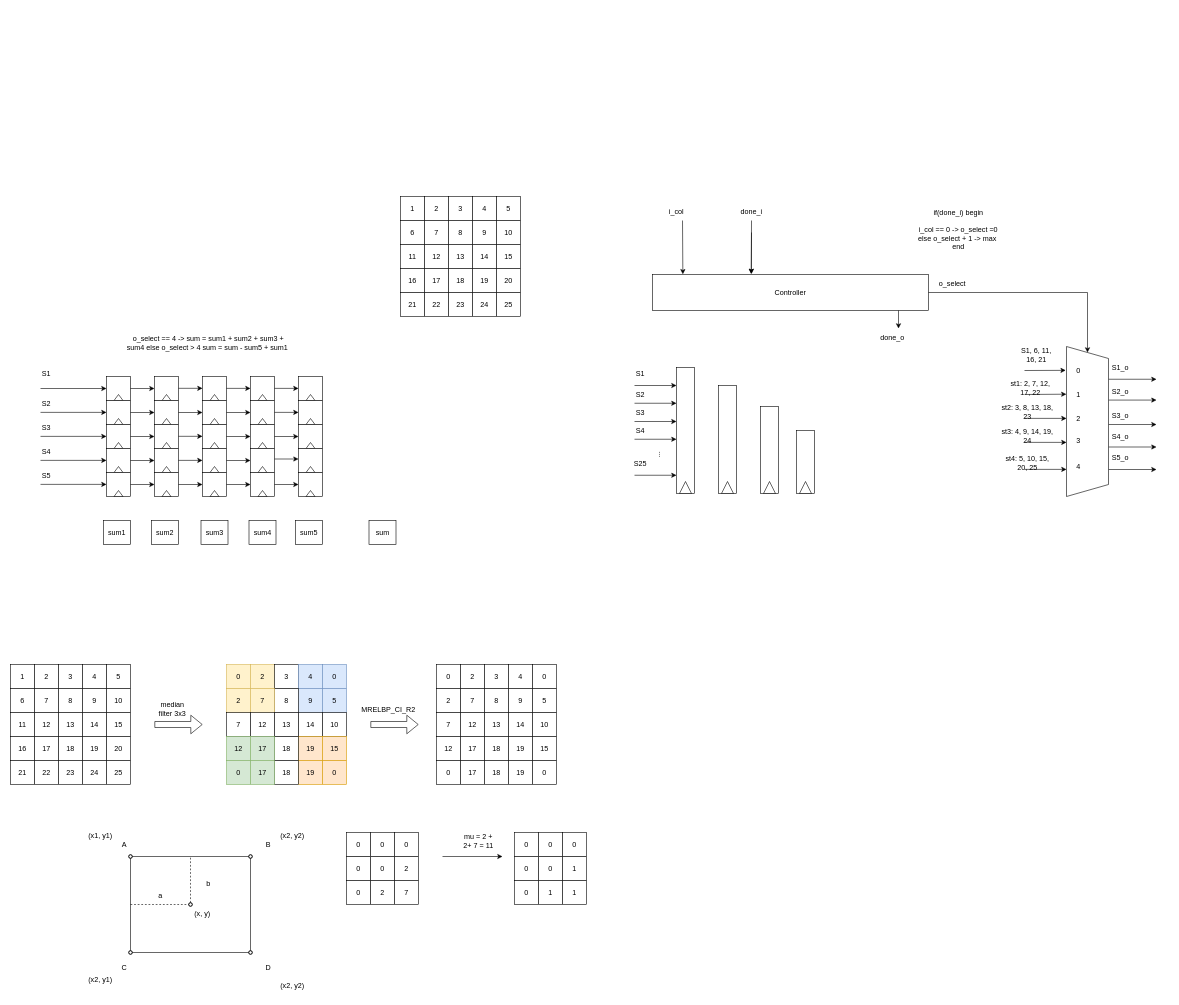
Earlier version of the draw.io diagram Draw/MRELBP_CIModules/CI_R2_Data.drawio (Hieuueihm/Thesis). Source tidied: cells renumbered, new cells numbered last; positions are measured from the earlier drawing's top-left corner, leaving out a move shared by most shapes. Both pictures are drawn from the tidied source at 60%, with x=0, y=0 at pixel (10, 196).
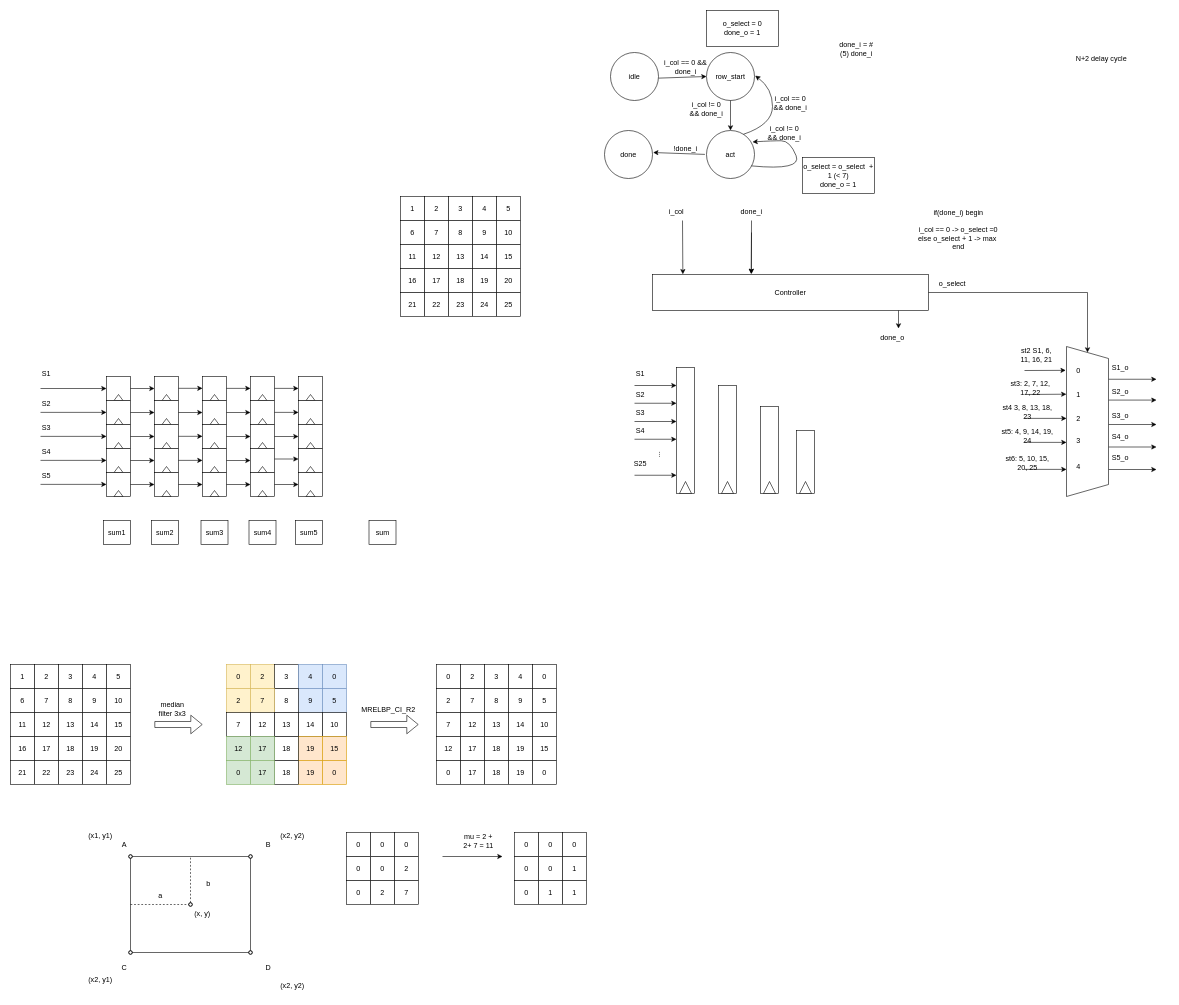
After the change.

Change to the diagram source:
```diff
@@
-    <mxCell id="258" value="S1, 6, 11, 16, 21" style="text;html=1;align=center;verticalAlign=middle;whiteSpace=wrap;rounded=0;" parent="1" vertex="1">
+    <mxCell id="258" value="st2 S1, 6, 11, 16, 21" style="text;html=1;align=center;verticalAlign=middle;whiteSpace=wrap;rounded=0;" parent="1" vertex="1">
       <mxGeometry x="1680" y="250" width="60" height="30" as="geometry" />
     </mxCell>
@@
-    <mxCell id="260" value="st1: 2, 7, 12, 17, 22" style="text;html=1;align=center;verticalAlign=middle;whiteSpace=wrap;rounded=0;" parent="1" vertex="1">
+    <mxCell id="260" value="st3: 2, 7, 12, 17, 22" style="text;html=1;align=center;verticalAlign=middle;whiteSpace=wrap;rounded=0;" parent="1" vertex="1">
       <mxGeometry x="1660" y="305" width="80" height="30" as="geometry" />
     </mxCell>
@@
-    <mxCell id="262" value="st2: 3, 8, 13, 18, 23" style="text;html=1;align=center;verticalAlign=middle;whiteSpace=wrap;rounded=0;" parent="1" vertex="1">
+    <mxCell id="262" value="st4 3, 8, 13, 18, 23" style="text;html=1;align=center;verticalAlign=middle;whiteSpace=wrap;rounded=0;" parent="1" vertex="1">
       <mxGeometry x="1650" y="345" width="90" height="30" as="geometry" />
     </mxCell>
@@
-    <mxCell id="264" value="st3: 4, 9, 14, 19, 24" style="text;html=1;align=center;verticalAlign=middle;whiteSpace=wrap;rounded=0;" parent="1" vertex="1">
+    <mxCell id="264" value="st5: 4, 9, 14, 19, 24" style="text;html=1;align=center;verticalAlign=middle;whiteSpace=wrap;rounded=0;" parent="1" vertex="1">
       <mxGeometry x="1650" y="385" width="90" height="30" as="geometry" />
     </mxCell>
@@
-    <mxCell id="266" value="st4: 5, 10, 15, 20, 25" style="text;html=1;align=center;verticalAlign=middle;whiteSpace=wrap;rounded=0;" parent="1" vertex="1">
+    <mxCell id="266" value="st6: 5, 10, 15, 20, 25" style="text;html=1;align=center;verticalAlign=middle;whiteSpace=wrap;rounded=0;" parent="1" vertex="1">
       <mxGeometry x="1650" y="430" width="90" height="30" as="geometry" />
     </mxCell>
@@
-    <mxCell id="301" value="o_select == 4 -&amp;gt; sum = sum1 + sum2 + sum3 + sum4 else o_select &amp;gt; 4 sum = sum - sum5 + sum1&amp;nbsp;" style="text;html=1;align=center;verticalAlign=middle;whiteSpace=wrap;rounded=0;" parent="1" vertex="1">
-      <mxGeometry x="190" y="230" width="280" height="30" as="geometry" />
-    </mxCell>
@@
+    <mxCell id="316" value="idle" style="ellipse;whiteSpace=wrap;html=1;" parent="1" vertex="1">
+      <mxGeometry x="1000" y="-240" width="80" height="80" as="geometry" />
+    </mxCell>
+    <mxCell id="317" style="endArrow=classic;html=1;rounded=0;exitX=1.004;exitY=0.534;exitDx=0;exitDy=0;exitPerimeter=0;" parent="1" edge="1" source="316">
+      <mxGeometry relative="1" as="geometry">
+        <mxPoint x="1160" y="-200" as="targetPoint" />
+      </mxGeometry>
+    </mxCell>
+    <mxCell id="318" value="row_start" style="ellipse;whiteSpace=wrap;html=1;" parent="1" vertex="1">
+      <mxGeometry x="1160" y="-240" width="80" height="80" as="geometry" />
+    </mxCell>
+    <mxCell id="319" value="i_col == 0 &amp;amp;&amp;amp; done_i" style="text;html=1;align=center;verticalAlign=middle;whiteSpace=wrap;rounded=0;" parent="1" vertex="1">
+      <mxGeometry x="1077.5" y="-230" width="95" height="30" as="geometry" />
+    </mxCell>
+    <mxCell id="320" value="o_select = 0&lt;div&gt;done_o = 1&lt;/div&gt;" style="rounded=0;whiteSpace=wrap;html=1;" parent="1" vertex="1">
+      <mxGeometry x="1160" y="-310" width="120" height="60" as="geometry" />
+    </mxCell>
+    <mxCell id="321" style="endArrow=classic;html=1;rounded=0;exitX=0.5;exitY=1;exitDx=0;exitDy=0;entryX=0.5;entryY=0;entryDx=0;entryDy=0;" parent="1" edge="1" source="318" target="322">
+      <mxGeometry relative="1" as="geometry" />
+    </mxCell>
+    <mxCell id="322" value="act" style="ellipse;whiteSpace=wrap;html=1;" parent="1" vertex="1">
+      <mxGeometry x="1160" y="-110" width="80" height="80" as="geometry" />
+    </mxCell>
+    <mxCell id="323" style="curved=1;endArrow=classic;html=1;rounded=0;exitX=0.82;exitY=0.898;exitDx=0;exitDy=0;exitPerimeter=0;entryX=0.959;entryY=0.238;entryDx=0;entryDy=0;entryPerimeter=0;" parent="1" edge="1" target="322">
+      <mxGeometry relative="1" as="geometry">
+        <mxPoint x="1235" y="-51" as="sourcePoint" />
+        <Array as="points">
+          <mxPoint x="1319.4" y="-42.9" />
+          <mxPoint x="1299.4" y="-92.9" />
+          <mxPoint x="1269.4" y="-92.9" />
+        </Array>
+      </mxGeometry>
+    </mxCell>
+    <mxCell id="324" value="i_col != 0 &amp;amp;&amp;amp; done_i" style="text;html=1;align=center;verticalAlign=middle;whiteSpace=wrap;rounded=0;" parent="1" vertex="1">
+      <mxGeometry x="1260" y="-120" width="60" height="30" as="geometry" />
+    </mxCell>
+    <mxCell id="325" value="i_col != 0 &amp;amp;&amp;amp; done_i" style="text;html=1;align=center;verticalAlign=middle;whiteSpace=wrap;rounded=0;" parent="1" vertex="1">
+      <mxGeometry x="1130" y="-160" width="60" height="30" as="geometry" />
+    </mxCell>
+    <mxCell id="326" style="curved=1;endArrow=classic;html=1;rounded=0;exitX=0.77;exitY=0.079;exitDx=0;exitDy=0;exitPerimeter=0;entryX=1.014;entryY=0.483;entryDx=0;entryDy=0;entryPerimeter=0;" parent="1" edge="1" source="322" target="318">
+      <mxGeometry relative="1" as="geometry">
+        <Array as="points">
+          <mxPoint x="1270" y="-120" />
+          <mxPoint x="1270" y="-180" />
+        </Array>
+      </mxGeometry>
+    </mxCell>
+    <mxCell id="327" value="i_col == 0 &amp;amp;&amp;amp; done_i" style="text;html=1;align=center;verticalAlign=middle;whiteSpace=wrap;rounded=0;" parent="1" vertex="1">
+      <mxGeometry x="1270" y="-170" width="60" height="30" as="geometry" />
+    </mxCell>
+    <mxCell id="328" style="endArrow=classic;html=1;rounded=0;exitX=-0.033;exitY=0.498;exitDx=0;exitDy=0;exitPerimeter=0;entryX=1.014;entryY=0.584;entryDx=0;entryDy=0;entryPerimeter=0;" parent="1" edge="1" source="322">
+      <mxGeometry relative="1" as="geometry">
+        <mxPoint x="1071.1" y="-73.3" as="targetPoint" />
+      </mxGeometry>
+    </mxCell>
+    <mxCell id="329" value="!done_i" style="text;html=1;align=center;verticalAlign=middle;whiteSpace=wrap;rounded=0;" parent="1" vertex="1">
+      <mxGeometry x="1095" y="-95" width="60" height="30" as="geometry" />
+    </mxCell>
+    <mxCell id="330" value="o_select = o_select&amp;nbsp; + 1 (&amp;lt; 7)&lt;div&gt;done_o = 1&lt;/div&gt;" style="rounded=0;whiteSpace=wrap;html=1;" parent="1" vertex="1">
+      <mxGeometry x="1320" y="-65" width="120" height="60" as="geometry" />
+    </mxCell>
+    <mxCell id="331" value="done" style="ellipse;whiteSpace=wrap;html=1;" parent="1" vertex="1">
+      <mxGeometry x="990" y="-110" width="80" height="80" as="geometry" />
+    </mxCell>
+    <mxCell id="332" value="done_i = #(5) done_i" style="text;html=1;align=center;verticalAlign=middle;whiteSpace=wrap;rounded=0;" parent="1" vertex="1">
+      <mxGeometry x="1380" y="-260" width="60" height="30" as="geometry" />
+    </mxCell>
+    <mxCell id="333" value="N+2 delay cycle&amp;nbsp;" style="text;html=1;align=center;verticalAlign=middle;whiteSpace=wrap;rounded=0;" parent="1" vertex="1">
+      <mxGeometry x="1710" y="-260" width="220" height="60" as="geometry" />
+    </mxCell>
```
